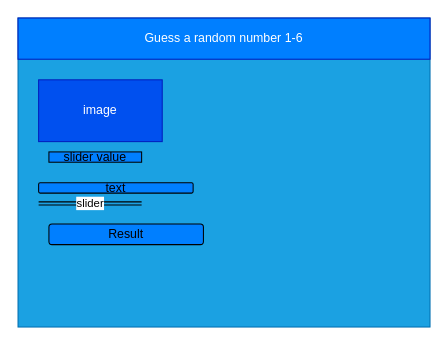
The draw.io diagram design/story-board.drawio in Allen-Li-hub/ICS2O-Unit-5-05-HTML, before the edit. Source tidied: cells renumbered, new cells numbered last; positions are measured from the earlier drawing's top-left corner, leaving out a move shared by most shapes. Both pictures are drawn from the tidied source at 103%, with x=0, y=0 at pixel (18, 18).
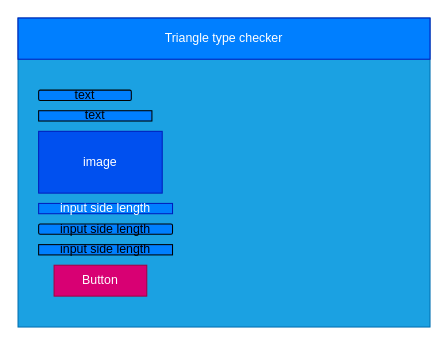
Above is the later version.

The edit, as a diff of the source:
```diff
@@
 <mxGraphModel>
   <root>
     <mxCell id="0" />
     <mxCell id="1" parent="0" />
     <mxCell id="2" style="rounded=0;whiteSpace=wrap;html=1;fillColor=#1ba1e2;fontColor=#ffffff;strokeColor=#006EAF;" parent="1" vertex="1">
       <mxGeometry width="400" height="300" as="geometry" />
     </mxCell>
-    <mxCell id="3" value="Guess a random number 1-6" style="rounded=0;whiteSpace=wrap;html=1;fillColor=#007FFF;fontColor=#ffffff;strokeColor=#001DBC;" parent="1" vertex="1">
+    <mxCell id="3" value="Triangle type checker" style="rounded=0;whiteSpace=wrap;html=1;fillColor=#007FFF;fontColor=#ffffff;strokeColor=#001DBC;" parent="1" vertex="1">
       <mxGeometry width="400" height="40" as="geometry" />
     </mxCell>
     <mxCell id="4" value="image" style="rounded=0;whiteSpace=wrap;html=1;fillColor=#0050ef;fontColor=#ffffff;strokeColor=#001DBC;" parent="1" vertex="1">
-      <mxGeometry x="20" y="60" width="120" height="60" as="geometry" />
+      <mxGeometry x="20" y="110" width="120" height="60" as="geometry" />
     </mxCell>
-    <mxCell id="5" value="slider value" style="rounded=0;whiteSpace=wrap;html=1;fillColor=#007FFF;" parent="1" vertex="1">
-      <mxGeometry x="30" y="130" width="90" height="10" as="geometry" />
+    <mxCell id="5" value="text" style="rounded=0;whiteSpace=wrap;html=1;fillColor=#007FFF;" parent="1" vertex="1">
+      <mxGeometry x="20" y="90" width="110" height="10" as="geometry" />
     </mxCell>
-    <mxCell id="6" value="slider" style="shape=link;html=1;width=3;" parent="1" edge="1">
-      <mxGeometry relative="1" as="geometry">
-        <mxPoint x="20" y="180" as="sourcePoint" />
-        <mxPoint x="120" y="180" as="targetPoint" />
-      </mxGeometry>
-    </mxCell>
-    <mxCell id="7" value="Result" style="rounded=1;whiteSpace=wrap;html=1;fillColor=#007FFF;" parent="1" vertex="1">
-      <mxGeometry x="30" y="200" width="150" height="20" as="geometry" />
+    <mxCell id="7" value="input side length" style="rounded=1;whiteSpace=wrap;html=1;fillColor=#007FFF;" parent="1" vertex="1">
+      <mxGeometry x="20" y="200" width="130" height="10" as="geometry" />
     </mxCell>
     <mxCell id="8" value="text" style="rounded=1;whiteSpace=wrap;html=1;fillColor=#007FFF;" parent="1" vertex="1">
-      <mxGeometry x="20" y="160" width="150" height="10" as="geometry" />
+      <mxGeometry x="20" y="70" width="90" height="10" as="geometry" />
     </mxCell>
+    <mxCell id="9" value="input side length" style="rounded=0;whiteSpace=wrap;html=1;fillColor=#007FFF;fontColor=#ffffff;strokeColor=#001DBC;" parent="1" vertex="1">
+      <mxGeometry x="20" y="180" width="130" height="10" as="geometry" />
+    </mxCell>
+    <mxCell id="10" value="&lt;span&gt;input side length&lt;/span&gt;" style="rounded=0;whiteSpace=wrap;html=1;fillColor=#007FFF;" parent="1" vertex="1">
+      <mxGeometry x="20" y="220" width="130" height="10" as="geometry" />
+    </mxCell>
+    <mxCell id="11" value="Button" style="rounded=0;whiteSpace=wrap;html=1;fillColor=#d80073;fontColor=#ffffff;strokeColor=#A50040;" parent="1" vertex="1">
+      <mxGeometry x="35" y="240" width="90" height="30" as="geometry" />
+    </mxCell>
   </root>
 </mxGraphModel>
```
